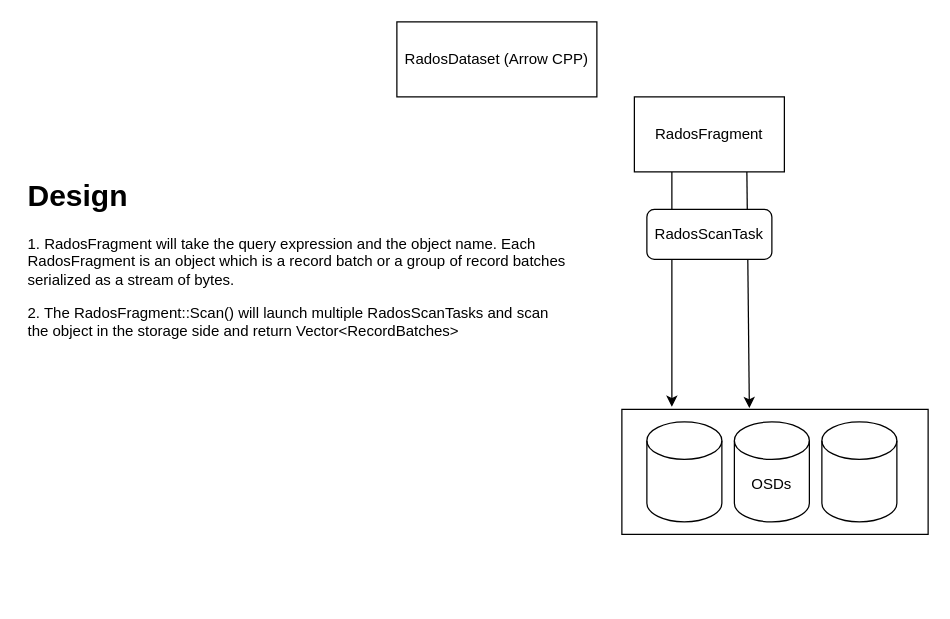
JayjeetAtGithub/draw.io keeps this draw.io diagram as arrow-cls.drawio. Above is the earlier version. Source tidied: cells renumbered, new cells numbered last; positions are measured from the earlier drawing's top-left corner, leaving out a move shared by most shapes. Both pictures are drawn from the tidied source at 125%, with x=0, y=0 at pixel (21, 21).
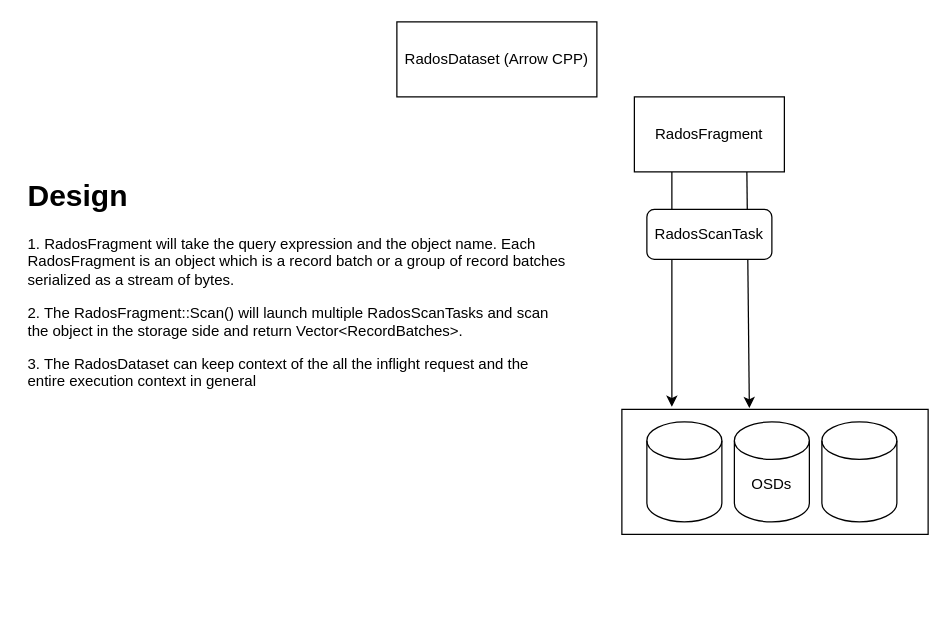
After the change.

What changed in the source:
```diff
@@
 <mxGraphModel>
   <root>
     <mxCell id="0" />
     <mxCell id="1" parent="0" />
     <mxCell id="2" style="endArrow=classic;html=1;exitX=0.25;exitY=1;exitDx=0;exitDy=0;" parent="1" edge="1" source="7">
       <mxGeometry relative="1" as="geometry">
         <mxPoint x="520" y="308" as="targetPoint" />
       </mxGeometry>
     </mxCell>
     <mxCell id="3" style="endArrow=classic;html=1;exitX=0.75;exitY=1;exitDx=0;exitDy=0;" parent="1" edge="1" source="7">
       <mxGeometry relative="1" as="geometry">
         <mxPoint x="582" y="309" as="targetPoint" />
       </mxGeometry>
     </mxCell>
     <mxCell id="4" style="rounded=1;whiteSpace=wrap;html=1;" parent="1" vertex="1">
       <mxGeometry x="500" y="150" width="100" height="40" as="geometry" />
     </mxCell>
     <mxCell id="5" style="rounded=0;whiteSpace=wrap;html=1;" parent="1" vertex="1">
       <mxGeometry x="480" y="310" width="245" height="100" as="geometry" />
     </mxCell>
     <mxCell id="6" value="RadosDataset (Arrow CPP)" style="rounded=0;whiteSpace=wrap;html=1;" parent="1" vertex="1">
       <mxGeometry x="300" width="160" height="60" as="geometry" />
     </mxCell>
     <mxCell id="7" value="RadosFragment" style="rounded=0;whiteSpace=wrap;html=1;" parent="1" vertex="1">
       <mxGeometry x="490" y="60" width="120" height="60" as="geometry" />
     </mxCell>
     <mxCell id="8" style="shape=cylinder2;whiteSpace=wrap;html=1;boundedLbl=1;backgroundOutline=1;size=15;" parent="1" vertex="1">
       <mxGeometry x="640" y="320" width="60" height="80" as="geometry" />
     </mxCell>
     <mxCell id="9" style="shape=cylinder2;whiteSpace=wrap;html=1;boundedLbl=1;backgroundOutline=1;size=15;" parent="1" vertex="1">
       <mxGeometry x="570" y="320" width="60" height="80" as="geometry" />
     </mxCell>
     <mxCell id="10" style="shape=cylinder2;whiteSpace=wrap;html=1;boundedLbl=1;backgroundOutline=1;size=15;" parent="1" vertex="1">
       <mxGeometry x="500" y="320" width="60" height="80" as="geometry" />
     </mxCell>
     <mxCell id="11" value="OSDs&lt;br&gt;" style="text;html=1;strokeColor=none;fillColor=none;align=center;verticalAlign=middle;whiteSpace=wrap;rounded=0;" parent="1" vertex="1">
       <mxGeometry x="580" y="360" width="40" height="20" as="geometry" />
     </mxCell>
     <mxCell id="12" value="RadosScanTask" style="text;html=1;strokeColor=none;fillColor=none;align=center;verticalAlign=middle;whiteSpace=wrap;rounded=0;" parent="1" vertex="1">
       <mxGeometry x="530" y="160" width="40" height="20" as="geometry" />
     </mxCell>
-    <mxCell id="13" value="&lt;h1&gt;Design&lt;/h1&gt;&lt;p&gt;1. RadosFragment will take the query expression and the object name. Each RadosFragment is an object which is a record batch or a group of record batches serialized as a stream of bytes.&lt;/p&gt;&lt;p&gt;2. The RadosFragment::Scan() will launch multiple RadosScanTasks and scan the object in the storage side and return Vector&amp;lt;RecordBatches&amp;gt;&lt;/p&gt;&lt;p&gt;&lt;br&gt;&lt;/p&gt;&lt;p&gt;&lt;br&gt;&lt;/p&gt;" style="text;html=1;strokeColor=none;fillColor=none;spacing=5;spacingTop=-20;whiteSpace=wrap;overflow=hidden;rounded=0;" parent="1" vertex="1">
+    <mxCell id="13" value="&lt;h1&gt;Design&lt;/h1&gt;&lt;p&gt;1. RadosFragment will take the query expression and the object name. Each RadosFragment is an object which is a record batch or a group of record batches serialized as a stream of bytes.&lt;/p&gt;&lt;p&gt;2. The RadosFragment::Scan() will launch multiple RadosScanTasks and scan the object in the storage side and return Vector&amp;lt;RecordBatches&amp;gt;.&lt;/p&gt;&lt;p&gt;3. The RadosDataset can keep context of the all the inflight request and the entire execution context in general&lt;/p&gt;&lt;p&gt;&lt;br&gt;&lt;/p&gt;&lt;p&gt;&lt;br&gt;&lt;/p&gt;" style="text;html=1;strokeColor=none;fillColor=none;spacing=5;spacingTop=-20;whiteSpace=wrap;overflow=hidden;rounded=0;" parent="1" vertex="1">
       <mxGeometry y="120" width="440" height="340" as="geometry" />
     </mxCell>
   </root>
 </mxGraphModel>
```
